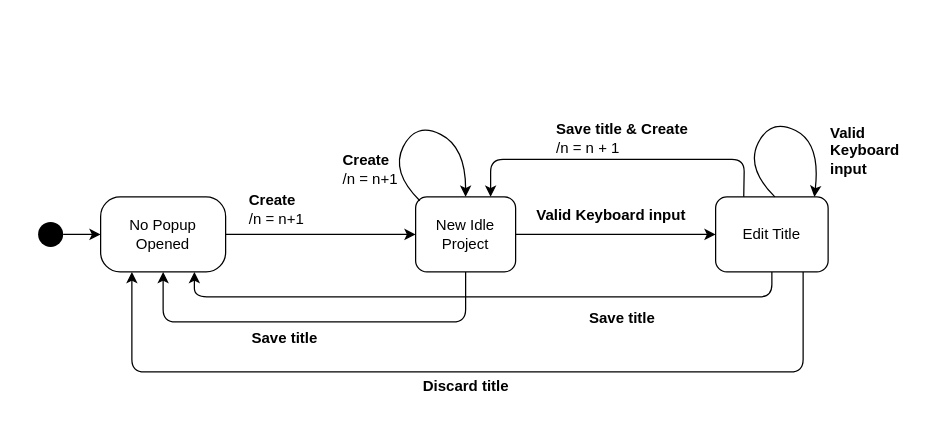
The draw.io diagram docs/04_assignment/schema/01_create_project/01_state_machine.drawio in Jumaruba/jtimesched, before the edit. Source tidied: cells renumbered, new cells numbered last; positions are measured from the earlier drawing's top-left corner, leaving out a move shared by most shapes. Both pictures are drawn from the tidied source at 125%, with x=0, y=0 at pixel (21, 96).
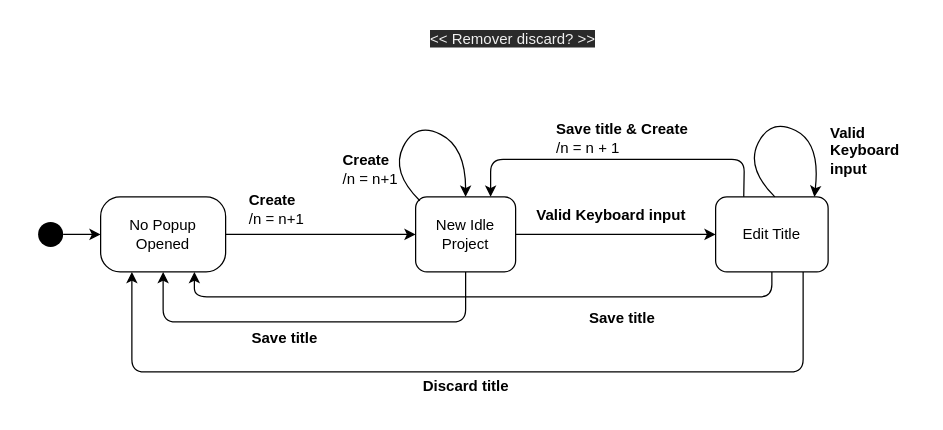
Above is the later version.

What changed in the source:
```diff
@@
+    <mxCell id="24" value="&lt;span style=&quot;color: rgb(240, 240, 240); font-family: helvetica; font-size: 12px; font-style: normal; font-weight: 400; letter-spacing: normal; text-align: center; text-indent: 0px; text-transform: none; word-spacing: 0px; background-color: rgb(42, 42, 42); display: inline; float: none;&quot;&gt;&amp;lt;&amp;lt; Remover discard? &amp;gt;&amp;gt;&lt;/span&gt;" style="text;whiteSpace=wrap;html=1;" parent="1" vertex="1">
+      <mxGeometry x="325" y="-60" width="150" height="30" as="geometry" />
+    </mxCell>
```
